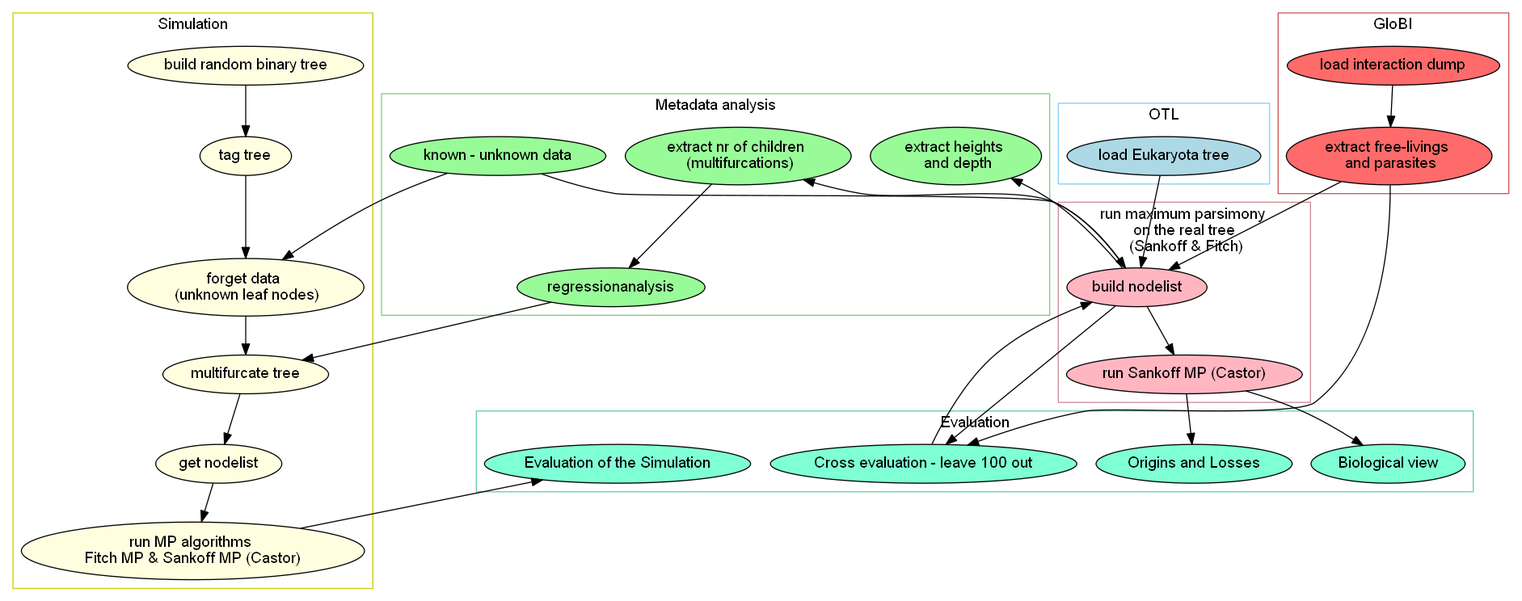
This is Paper - Latex/Figures/Workflow.png from Irallia/IZW-HU-Parasites, a Graphviz export, as it was before one commit. Its source is kept beside it as Paper - Latex/Figures/Workflow.gv.
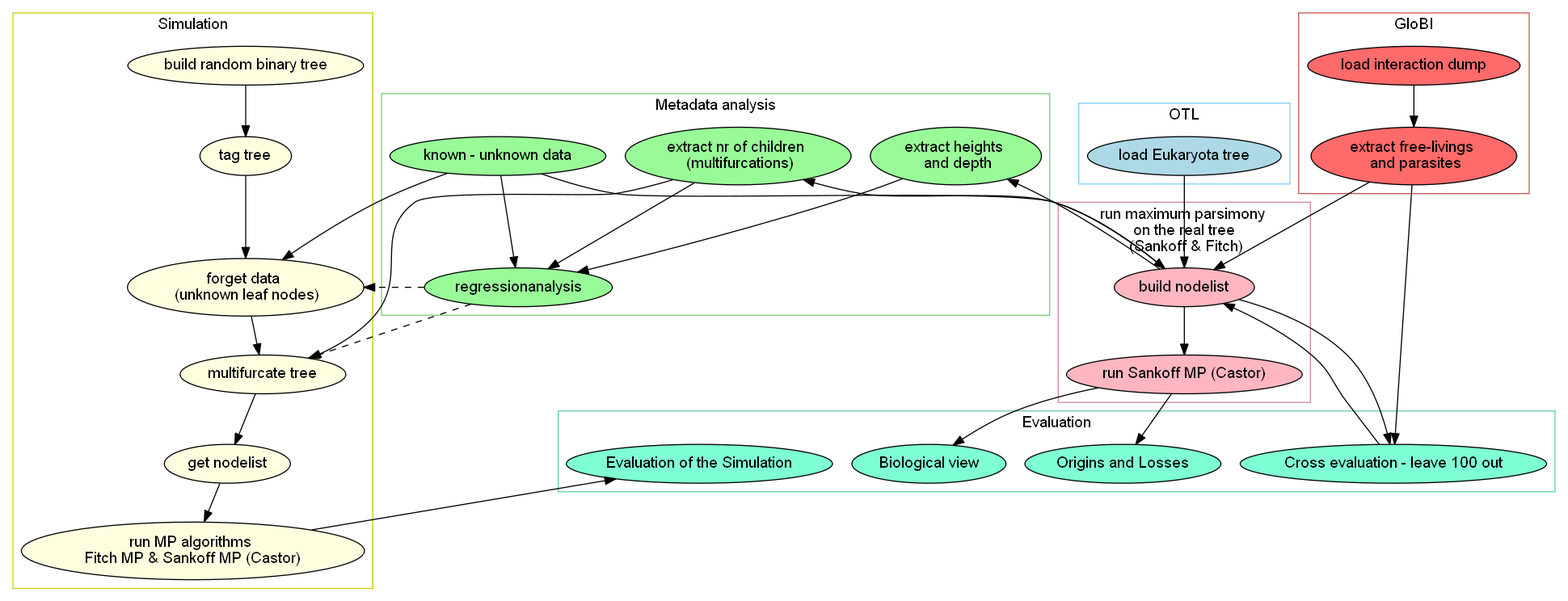
Later version of the same file.

Diff of the diagram source:
```diff
@@ -26,7 +26,8 @@
 		node [fillcolor=palegreen];
 		color=palegreen3
 		c0;
-		c1;
+		c1 -> c3;
+		c0 -> c3;
 		c2 -> c3;
 	}
 
@@ -79,7 +80,9 @@
 	b0 -> e0;
 	c0 -> d2;
 	c0 -> e0;
-	c3 -> d3;
+	c2 -> d3;
+	c3 -> d2 [style=dashed];
+	c3 -> d3 [style=dashed];
 	d5 -> f3;
 	e0 -> c1;
 	e0 -> c2;
```
